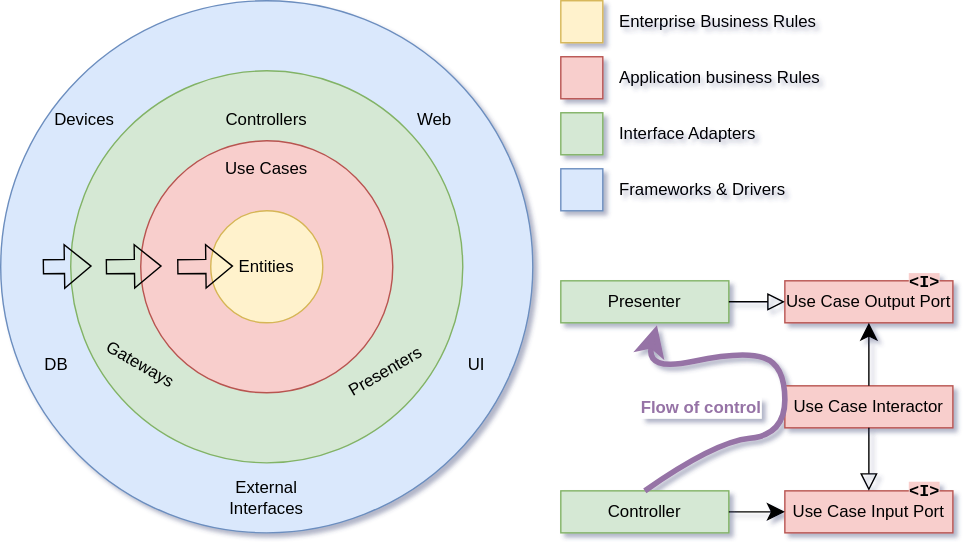
vhula/software-architecture keeps this draw.io diagram as sa-clean-architecture/docs/clean-architecture-0.svg. Above is the earlier version. Source tidied: cells renumbered, new cells last; positions are measured from the earlier drawing's top-left corner, leaving out a move shared by most shapes. The source it was exported from:
```xml
<mxGraphModel>
  <root>
    <mxCell id="0" />
    <mxCell id="1" parent="0" />
    <mxCell id="2" style="ellipse;whiteSpace=wrap;html=1;fillColor=#dae8fc;strokeColor=#6c8ebf;" parent="1" vertex="1">
      <mxGeometry width="380" height="380" as="geometry" />
    </mxCell>
    <mxCell id="3" style="ellipse;whiteSpace=wrap;html=1;fillColor=#d5e8d4;strokeColor=#82b366;" parent="1" vertex="1">
      <mxGeometry x="50" y="50" width="280" height="280" as="geometry" />
    </mxCell>
    <mxCell id="4" style="ellipse;whiteSpace=wrap;html=1;fillColor=#f8cecc;strokeColor=#b85450;" parent="1" vertex="1">
      <mxGeometry x="100" y="100" width="180" height="180" as="geometry" />
    </mxCell>
    <mxCell id="5" value="Entities" style="ellipse;whiteSpace=wrap;html=1;fillColor=#fff2cc;strokeColor=#d6b656;" parent="1" vertex="1">
      <mxGeometry x="150" y="150" width="80" height="80" as="geometry" />
    </mxCell>
    <mxCell id="6" value="Use Cases" style="text;html=1;strokeColor=none;fillColor=none;align=center;verticalAlign=middle;whiteSpace=wrap;rounded=0;" parent="1" vertex="1">
      <mxGeometry x="150" y="105" width="80" height="30" as="geometry" />
    </mxCell>
    <mxCell id="7" value="Gateways" style="text;html=1;strokeColor=none;fillColor=none;align=center;verticalAlign=middle;whiteSpace=wrap;rounded=0;rotation=30;" parent="1" vertex="1">
      <mxGeometry x="70" y="245" width="60" height="30" as="geometry" />
    </mxCell>
    <mxCell id="8" value="Presenters" style="text;html=1;strokeColor=none;fillColor=none;align=center;verticalAlign=middle;whiteSpace=wrap;rounded=0;rotation=-30;" parent="1" vertex="1">
      <mxGeometry x="245" y="250" width="60" height="30" as="geometry" />
    </mxCell>
    <mxCell id="9" value="Controllers" style="text;html=1;strokeColor=none;fillColor=none;align=center;verticalAlign=middle;whiteSpace=wrap;rounded=0;" parent="1" vertex="1">
      <mxGeometry x="160" y="70" width="60" height="30" as="geometry" />
    </mxCell>
    <mxCell id="10" value="Devices" style="text;html=1;strokeColor=none;fillColor=none;align=center;verticalAlign=middle;whiteSpace=wrap;rounded=0;" parent="1" vertex="1">
      <mxGeometry x="30" y="70" width="60" height="30" as="geometry" />
    </mxCell>
    <mxCell id="11" value="Web" style="text;html=1;strokeColor=none;fillColor=none;align=center;verticalAlign=middle;whiteSpace=wrap;rounded=0;" parent="1" vertex="1">
      <mxGeometry x="280" y="70" width="60" height="30" as="geometry" />
    </mxCell>
    <mxCell id="12" value="DB" style="text;html=1;strokeColor=none;fillColor=none;align=center;verticalAlign=middle;whiteSpace=wrap;rounded=0;" parent="1" vertex="1">
      <mxGeometry x="10" y="245" width="60" height="30" as="geometry" />
    </mxCell>
    <mxCell id="13" value="UI" style="text;html=1;strokeColor=none;fillColor=none;align=center;verticalAlign=middle;whiteSpace=wrap;rounded=0;" parent="1" vertex="1">
      <mxGeometry x="310" y="245" width="60" height="30" as="geometry" />
    </mxCell>
    <mxCell id="14" value="External Interfaces" style="text;html=1;strokeColor=none;fillColor=none;align=center;verticalAlign=middle;whiteSpace=wrap;rounded=0;" parent="1" vertex="1">
      <mxGeometry x="160" y="340" width="60" height="30" as="geometry" />
    </mxCell>
    <mxCell id="15" style="shape=flexArrow;endArrow=classic;html=1;rounded=0;" parent="1" edge="1">
      <mxGeometry relative="1" as="geometry">
        <mxPoint x="75" y="190" as="sourcePoint" />
        <mxPoint x="115" y="189.5" as="targetPoint" />
      </mxGeometry>
    </mxCell>
    <mxCell id="16" style="shape=flexArrow;endArrow=classic;html=1;rounded=0;" parent="1" edge="1">
      <mxGeometry relative="1" as="geometry">
        <mxPoint x="30" y="190" as="sourcePoint" />
        <mxPoint x="65" y="189.5" as="targetPoint" />
      </mxGeometry>
    </mxCell>
    <mxCell id="17" style="shape=flexArrow;endArrow=classic;html=1;rounded=0;" parent="1" edge="1">
      <mxGeometry relative="1" as="geometry">
        <mxPoint x="126" y="190" as="sourcePoint" />
        <mxPoint x="166" y="189.5" as="targetPoint" />
      </mxGeometry>
    </mxCell>
    <mxCell id="18" style="whiteSpace=wrap;html=1;fillColor=#fff2cc;strokeColor=#d6b656;" parent="1" vertex="1">
      <mxGeometry x="400" width="30" height="30" as="geometry" />
    </mxCell>
    <mxCell id="19" style="whiteSpace=wrap;html=1;fillColor=#f8cecc;strokeColor=#b85450;" parent="1" vertex="1">
      <mxGeometry x="400" y="40" width="30" height="30" as="geometry" />
    </mxCell>
    <mxCell id="20" style="whiteSpace=wrap;html=1;fillColor=#d5e8d4;strokeColor=#82b366;" parent="1" vertex="1">
      <mxGeometry x="400" y="80" width="30" height="30" as="geometry" />
    </mxCell>
    <mxCell id="21" style="whiteSpace=wrap;html=1;fillColor=#dae8fc;strokeColor=#6c8ebf;" parent="1" vertex="1">
      <mxGeometry x="400" y="120" width="30" height="30" as="geometry" />
    </mxCell>
    <mxCell id="22" value="Enterprise Business Rules" style="text;html=1;strokeColor=none;fillColor=none;align=left;verticalAlign=middle;whiteSpace=wrap;rounded=0;" parent="1" vertex="1">
      <mxGeometry x="440" width="180" height="30" as="geometry" />
    </mxCell>
    <mxCell id="23" value="Application business Rules" style="text;html=1;strokeColor=none;fillColor=none;align=left;verticalAlign=middle;whiteSpace=wrap;rounded=0;" parent="1" vertex="1">
      <mxGeometry x="440" y="40" width="170" height="30" as="geometry" />
    </mxCell>
    <mxCell id="24" value="Interface Adapters" style="text;html=1;strokeColor=none;fillColor=none;align=left;verticalAlign=middle;whiteSpace=wrap;rounded=0;" parent="1" vertex="1">
      <mxGeometry x="440" y="80" width="180" height="30" as="geometry" />
    </mxCell>
    <mxCell id="25" value="Frameworks &amp;amp; Drivers" style="text;html=1;strokeColor=none;fillColor=none;align=left;verticalAlign=middle;whiteSpace=wrap;rounded=0;" parent="1" vertex="1">
      <mxGeometry x="440" y="120" width="170" height="30" as="geometry" />
    </mxCell>
    <mxCell id="26" value="Presenter" style="rounded=0;whiteSpace=wrap;html=1;fillColor=#d5e8d4;strokeColor=#82b366;" parent="1" vertex="1">
      <mxGeometry x="400" y="200" width="120" height="30" as="geometry" />
    </mxCell>
    <mxCell id="27" value="Controller" style="rounded=0;whiteSpace=wrap;html=1;fillColor=#d5e8d4;strokeColor=#82b366;" parent="1" vertex="1">
      <mxGeometry x="400" y="350" width="120" height="30" as="geometry" />
    </mxCell>
    <mxCell id="28" value="Use Case Output Port" style="rounded=0;whiteSpace=wrap;html=1;fillColor=#f8cecc;strokeColor=#b85450;" parent="1" vertex="1">
      <mxGeometry x="560" y="200" width="120" height="30" as="geometry" />
    </mxCell>
    <mxCell id="29" value="Use Case Input Port" style="rounded=0;whiteSpace=wrap;html=1;fillColor=#f8cecc;strokeColor=#b85450;" parent="1" vertex="1">
      <mxGeometry x="560" y="350" width="120" height="30" as="geometry" />
    </mxCell>
    <mxCell id="30" value="Use Case Interactor" style="rounded=0;whiteSpace=wrap;html=1;fillColor=#f8cecc;strokeColor=#b85450;" parent="1" vertex="1">
      <mxGeometry x="560" y="275" width="120" height="30" as="geometry" />
    </mxCell>
    <mxCell id="31" value="&lt;font face=&quot;Courier New&quot;&gt;&lt;b style=&quot;background-color: rgb(248, 206, 204);&quot;&gt;&amp;lt;I&amp;gt;&lt;/b&gt;&lt;/font&gt;" style="text;html=1;strokeColor=none;fillColor=none;align=center;verticalAlign=middle;whiteSpace=wrap;rounded=0;" parent="1" vertex="1">
      <mxGeometry x="630" y="186" width="60" height="30" as="geometry" />
    </mxCell>
    <mxCell id="32" value="&lt;font face=&quot;Courier New&quot;&gt;&lt;b style=&quot;background-color: rgb(248, 206, 204);&quot;&gt;&amp;lt;I&amp;gt;&lt;/b&gt;&lt;/font&gt;" style="text;html=1;strokeColor=none;fillColor=none;align=center;verticalAlign=middle;whiteSpace=wrap;rounded=0;" parent="1" vertex="1">
      <mxGeometry x="630" y="334" width="60" height="31" as="geometry" />
    </mxCell>
    <mxCell id="33" style="endArrow=block;html=1;rounded=1;fontFamily=Courier New;endFill=0;endSize=10;entryX=0;entryY=0.5;entryDx=0;entryDy=0;exitX=1;exitY=0.5;exitDx=0;exitDy=0;" parent="1" edge="1" source="26" target="28">
      <mxGeometry relative="1" as="geometry" />
    </mxCell>
    <mxCell id="34" style="endArrow=block;html=1;rounded=1;fontFamily=Courier New;endFill=0;endSize=10;exitX=0.5;exitY=1;exitDx=0;exitDy=0;entryX=0.5;entryY=0;entryDx=0;entryDy=0;" parent="1" edge="1" source="30" target="29">
      <mxGeometry relative="1" as="geometry" />
    </mxCell>
    <mxCell id="35" style="endArrow=classic;html=1;rounded=1;fontFamily=Courier New;endSize=10;entryX=0.5;entryY=1;entryDx=0;entryDy=0;exitX=0.5;exitY=0;exitDx=0;exitDy=0;" parent="1" edge="1" source="30" target="28">
      <mxGeometry relative="1" as="geometry" />
    </mxCell>
    <mxCell id="36" style="endArrow=classic;html=1;rounded=1;fontFamily=Courier New;endSize=10;entryX=0;entryY=0.5;entryDx=0;entryDy=0;exitX=1;exitY=0.5;exitDx=0;exitDy=0;" parent="1" edge="1" source="27" target="29">
      <mxGeometry relative="1" as="geometry" />
    </mxCell>
    <mxCell id="37" style="curved=1;endArrow=classic;html=1;rounded=1;fontFamily=Courier New;endSize=10;exitX=0.5;exitY=0;exitDx=0;exitDy=0;entryX=0.572;entryY=1.056;entryDx=0;entryDy=0;entryPerimeter=0;fillColor=#e1d5e7;strokeColor=#9673a6;strokeWidth=4;" parent="1" edge="1" source="27" target="26">
      <mxGeometry relative="1" as="geometry">
        <Array as="points">
          <mxPoint x="510" y="315" />
          <mxPoint x="560" y="310" />
          <mxPoint x="560" y="260" />
          <mxPoint x="530" y="250" />
          <mxPoint x="460" y="265" />
        </Array>
      </mxGeometry>
    </mxCell>
    <mxCell id="38" value="&lt;font style=&quot;font-size: 12px;&quot; color=&quot;#9673a6&quot;&gt;Flow of control&lt;/font&gt;" style="edgeLabel;html=1;align=center;verticalAlign=middle;fontFamily=Helvetica;fontStyle=1;" parent="37" vertex="1">
      <mxGeometry x="-0.34" y="1" relative="1" as="geometry">
        <mxPoint x="-47" y="-20" as="offset" />
      </mxGeometry>
    </mxCell>
  </root>
</mxGraphModel>
```
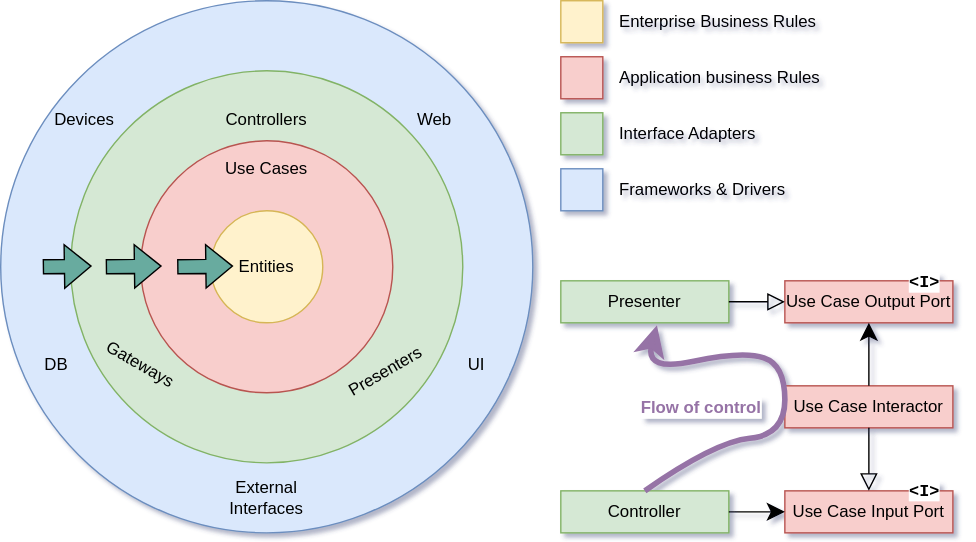
Later version of the same file.

Commit message:
Improve clean-architecture-0.svg colors

What changed in the source:
```diff
@@ -41,19 +41,19 @@
     <mxCell id="14" value="External Interfaces" style="text;html=1;strokeColor=none;fillColor=none;align=center;verticalAlign=middle;whiteSpace=wrap;rounded=0;" parent="1" vertex="1">
       <mxGeometry x="160" y="340" width="60" height="30" as="geometry" />
     </mxCell>
-    <mxCell id="15" style="shape=flexArrow;endArrow=classic;html=1;rounded=0;" parent="1" edge="1">
+    <mxCell id="15" style="shape=flexArrow;endArrow=classic;html=1;rounded=0;fillColor=#67AB9F;" parent="1" edge="1">
       <mxGeometry relative="1" as="geometry">
         <mxPoint x="75" y="190" as="sourcePoint" />
         <mxPoint x="115" y="189.5" as="targetPoint" />
       </mxGeometry>
     </mxCell>
-    <mxCell id="16" style="shape=flexArrow;endArrow=classic;html=1;rounded=0;" parent="1" edge="1">
+    <mxCell id="16" style="shape=flexArrow;endArrow=classic;html=1;rounded=0;fillColor=#67AB9F;" parent="1" edge="1">
       <mxGeometry relative="1" as="geometry">
         <mxPoint x="30" y="190" as="sourcePoint" />
         <mxPoint x="65" y="189.5" as="targetPoint" />
       </mxGeometry>
     </mxCell>
-    <mxCell id="17" style="shape=flexArrow;endArrow=classic;html=1;rounded=0;" parent="1" edge="1">
+    <mxCell id="17" style="shape=flexArrow;endArrow=classic;html=1;rounded=0;fillColor=#67AB9F;" parent="1" edge="1">
       <mxGeometry relative="1" as="geometry">
         <mxPoint x="126" y="190" as="sourcePoint" />
         <mxPoint x="166" y="189.5" as="targetPoint" />
@@ -98,10 +98,10 @@
     <mxCell id="30" value="Use Case Interactor" style="rounded=0;whiteSpace=wrap;html=1;fillColor=#f8cecc;strokeColor=#b85450;" parent="1" vertex="1">
       <mxGeometry x="560" y="275" width="120" height="30" as="geometry" />
     </mxCell>
-    <mxCell id="31" value="&lt;font face=&quot;Courier New&quot;&gt;&lt;b style=&quot;background-color: rgb(248, 206, 204);&quot;&gt;&amp;lt;I&amp;gt;&lt;/b&gt;&lt;/font&gt;" style="text;html=1;strokeColor=none;fillColor=none;align=center;verticalAlign=middle;whiteSpace=wrap;rounded=0;" parent="1" vertex="1">
+    <mxCell id="31" value="&lt;font face=&quot;Courier New&quot;&gt;&lt;b style=&quot;background-color: rgb(255, 255, 255);&quot;&gt;&amp;lt;I&amp;gt;&lt;/b&gt;&lt;/font&gt;" style="text;html=1;strokeColor=none;fillColor=none;align=center;verticalAlign=middle;whiteSpace=wrap;rounded=0;" parent="1" vertex="1">
       <mxGeometry x="630" y="186" width="60" height="30" as="geometry" />
     </mxCell>
-    <mxCell id="32" value="&lt;font face=&quot;Courier New&quot;&gt;&lt;b style=&quot;background-color: rgb(248, 206, 204);&quot;&gt;&amp;lt;I&amp;gt;&lt;/b&gt;&lt;/font&gt;" style="text;html=1;strokeColor=none;fillColor=none;align=center;verticalAlign=middle;whiteSpace=wrap;rounded=0;" parent="1" vertex="1">
+    <mxCell id="32" value="&lt;font face=&quot;Courier New&quot;&gt;&lt;b style=&quot;background-color: rgb(255, 255, 255);&quot;&gt;&amp;lt;I&amp;gt;&lt;/b&gt;&lt;/font&gt;" style="text;html=1;strokeColor=none;fillColor=none;align=center;verticalAlign=middle;whiteSpace=wrap;rounded=0;" parent="1" vertex="1">
       <mxGeometry x="630" y="334" width="60" height="31" as="geometry" />
     </mxCell>
     <mxCell id="33" style="endArrow=block;html=1;rounded=1;fontFamily=Courier New;endFill=0;endSize=10;entryX=0;entryY=0.5;entryDx=0;entryDy=0;exitX=1;exitY=0.5;exitDx=0;exitDy=0;" parent="1" edge="1" source="26" target="28">
```
